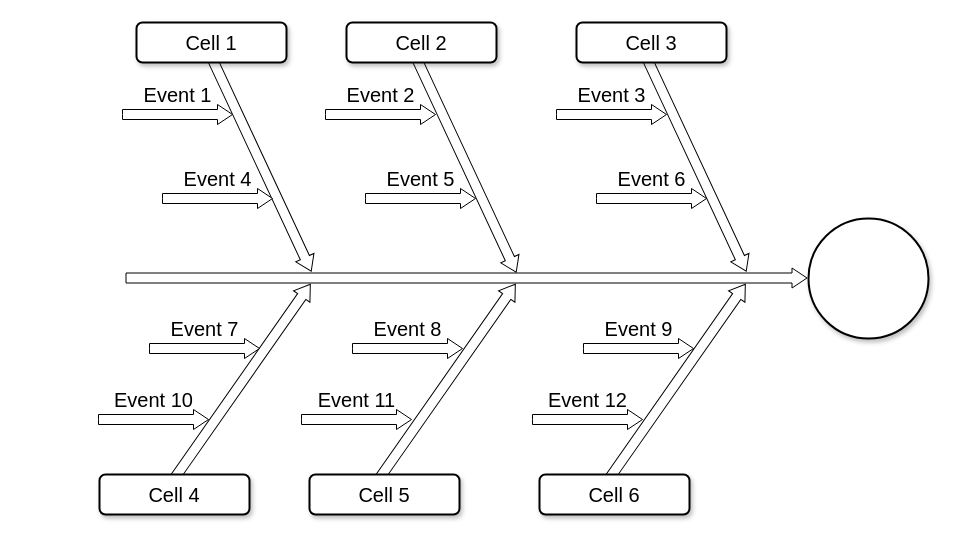
Before: Diagrama sem nome.drawio in lkiefer007/Angular-FE8_FS12, a draw.io diagram. Source tidied: cells renumbered, new cells numbered last; positions are measured from the earlier drawing's top-left corner, leaving out a move shared by most shapes. Both pictures are drawn from the tidied source at 100%, with x=0, y=0 at pixel (99, -63).
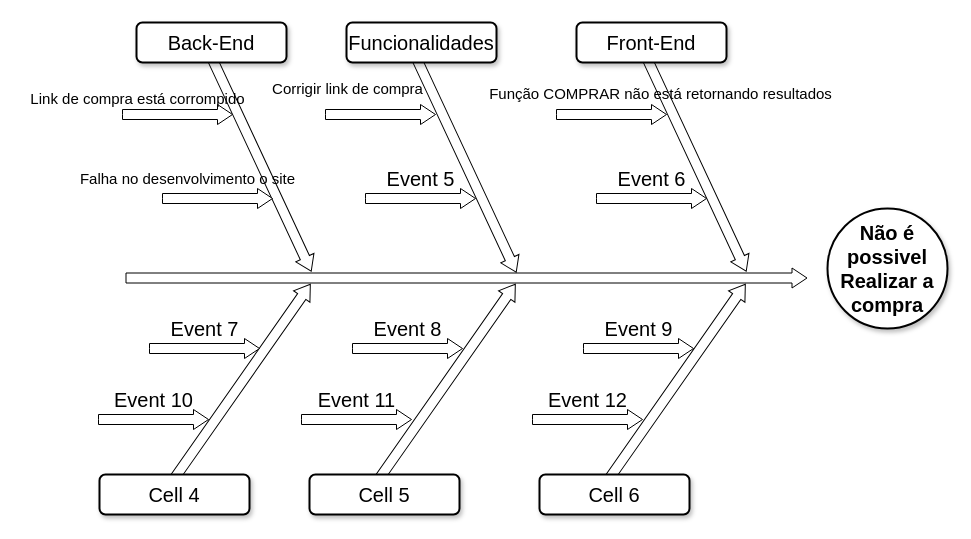
After the change.

The edit, as a diff of the source:
```diff
@@
-    <mxCell id="9" value="Cell 1" style="rounded=1;whiteSpace=wrap;html=1;shadow=1;strokeWidth=2;fontSize=20;" parent="1" vertex="1">
+    <mxCell id="9" value="Back-End" style="rounded=1;whiteSpace=wrap;html=1;shadow=1;strokeWidth=2;fontSize=20;" parent="1" vertex="1">
       <mxGeometry x="37" y="85" width="150" height="40" as="geometry" />
     </mxCell>
-    <mxCell id="10" value="Cell 2" style="rounded=1;whiteSpace=wrap;html=1;shadow=1;strokeWidth=2;fontSize=20;" parent="1" vertex="1">
+    <mxCell id="10" value="Funcionalidades" style="rounded=1;whiteSpace=wrap;html=1;shadow=1;strokeWidth=2;fontSize=20;" parent="1" vertex="1">
       <mxGeometry x="247" y="85" width="150" height="40" as="geometry" />
     </mxCell>
-    <mxCell id="11" value="Cell 3" style="rounded=1;whiteSpace=wrap;html=1;shadow=1;strokeWidth=2;fontSize=20;" parent="1" vertex="1">
+    <mxCell id="11" value="Front-End" style="rounded=1;whiteSpace=wrap;html=1;shadow=1;strokeWidth=2;fontSize=20;" parent="1" vertex="1">
       <mxGeometry x="477" y="85" width="150" height="40" as="geometry" />
     </mxCell>
@@
-    <mxCell id="15" style="ellipse;whiteSpace=wrap;html=1;rounded=1;shadow=1;strokeWidth=2;fontSize=20;" parent="1" vertex="1">
-      <mxGeometry x="709" y="281" width="120" height="120" as="geometry" />
+    <mxCell id="15" value="&lt;b&gt;Não é possivel Realizar a compra&lt;/b&gt;" style="ellipse;whiteSpace=wrap;html=1;rounded=1;shadow=1;strokeWidth=2;fontSize=20;" parent="1" vertex="1">
+      <mxGeometry x="728" y="271" width="120" height="120" as="geometry" />
     </mxCell>
-    <mxCell id="16" value="Event 1" style="html=1;shadow=0;dashed=0;align=center;verticalAlign=middle;shape=mxgraph.arrows2.arrow;dy=0.5;dx=15;direction=north;notch=0;rounded=0;strokeWidth=1;fontSize=20;rotation=90;horizontal=0;labelPosition=left;verticalLabelPosition=middle;" parent="1" vertex="1">
+    <mxCell id="16" style="html=1;shadow=0;dashed=0;align=center;verticalAlign=middle;shape=mxgraph.arrows2.arrow;dy=0.5;dx=15;direction=north;notch=0;rounded=0;strokeWidth=1;fontSize=20;rotation=90;horizontal=0;labelPosition=left;verticalLabelPosition=middle;" parent="1" vertex="1">
       <mxGeometry x="68" y="122" width="20" height="110" as="geometry" />
     </mxCell>
-    <mxCell id="17" value="Event 2" style="html=1;shadow=0;dashed=0;align=center;verticalAlign=middle;shape=mxgraph.arrows2.arrow;dy=0.5;dx=15;direction=north;notch=0;rounded=0;strokeWidth=1;fontSize=20;rotation=90;horizontal=0;labelPosition=left;verticalLabelPosition=middle;" parent="1" vertex="1">
+    <mxCell id="17" style="html=1;shadow=0;dashed=0;align=center;verticalAlign=middle;shape=mxgraph.arrows2.arrow;dy=0.5;dx=15;direction=north;notch=0;rounded=0;strokeWidth=1;fontSize=20;rotation=90;horizontal=0;labelPosition=left;verticalLabelPosition=middle;" parent="1" vertex="1">
       <mxGeometry x="271" y="122" width="20" height="110" as="geometry" />
     </mxCell>
-    <mxCell id="18" value="Event 3" style="html=1;shadow=0;dashed=0;align=center;verticalAlign=middle;shape=mxgraph.arrows2.arrow;dy=0.5;dx=15;direction=north;notch=0;rounded=0;strokeWidth=1;fontSize=20;rotation=90;horizontal=0;labelPosition=left;verticalLabelPosition=middle;" parent="1" vertex="1">
+    <mxCell id="18" style="html=1;shadow=0;dashed=0;align=center;verticalAlign=middle;shape=mxgraph.arrows2.arrow;dy=0.5;dx=15;direction=north;notch=0;rounded=0;strokeWidth=1;fontSize=20;rotation=90;horizontal=0;labelPosition=left;verticalLabelPosition=middle;" parent="1" vertex="1">
       <mxGeometry x="502" y="122" width="20" height="110" as="geometry" />
     </mxCell>
@@
-    <mxCell id="22" value="Event 4" style="html=1;shadow=0;dashed=0;align=center;verticalAlign=middle;shape=mxgraph.arrows2.arrow;dy=0.5;dx=15;direction=north;notch=0;rounded=0;strokeWidth=1;fontSize=20;rotation=90;horizontal=0;labelPosition=left;verticalLabelPosition=middle;" parent="1" vertex="1">
+    <mxCell id="22" style="html=1;shadow=0;dashed=0;align=center;verticalAlign=middle;shape=mxgraph.arrows2.arrow;dy=0.5;dx=15;direction=north;notch=0;rounded=0;strokeWidth=1;fontSize=20;rotation=90;horizontal=0;labelPosition=left;verticalLabelPosition=middle;" parent="1" vertex="1">
       <mxGeometry x="108" y="206" width="20" height="110" as="geometry" />
     </mxCell>
@@
+    <mxCell id="28" value="&lt;font style=&quot;font-size: 15px;&quot;&gt;Função COMPRAR não está retornando resultados&lt;/font&gt;" style="text;html=1;align=center;verticalAlign=middle;strokeColor=none;fillColor=none;fontFamily=Helvetica;shadow=0;" parent="1" vertex="1">
+      <mxGeometry x="376" y="141" width="370" height="30" as="geometry" />
+    </mxCell>
+    <mxCell id="29" value="Link de compra está corrompido" style="text;html=1;align=center;verticalAlign=middle;strokeColor=none;fillColor=none;fontSize=15;fontFamily=Helvetica;" parent="1" vertex="1">
+      <mxGeometry x="-82" y="146" width="240" height="30" as="geometry" />
+    </mxCell>
+    <mxCell id="30" value="Corrigir link de compra" style="text;html=1;align=center;verticalAlign=middle;strokeColor=none;fillColor=none;fontSize=15;fontFamily=Helvetica;" parent="1" vertex="1">
+      <mxGeometry x="163" y="136" width="170" height="30" as="geometry" />
+    </mxCell>
+    <mxCell id="31" value="Falha no desenvolvimento o site" style="text;html=1;align=center;verticalAlign=middle;strokeColor=none;fillColor=none;fontSize=15;fontFamily=Helvetica;" parent="1" vertex="1">
+      <mxGeometry x="-32" y="226" width="240" height="30" as="geometry" />
+    </mxCell>
```
